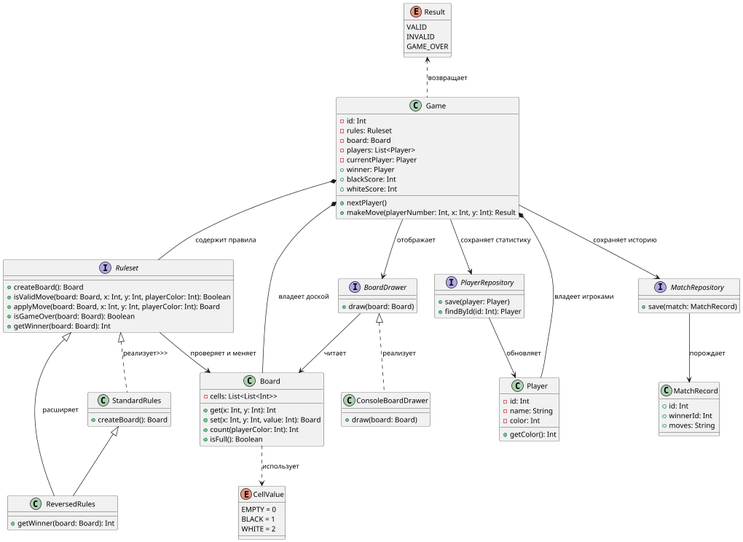
This is architecture/architecture.png from rmnsmnsk/Kotlin_2nd_sem_case, a PlantUML export, as it was before one commit.
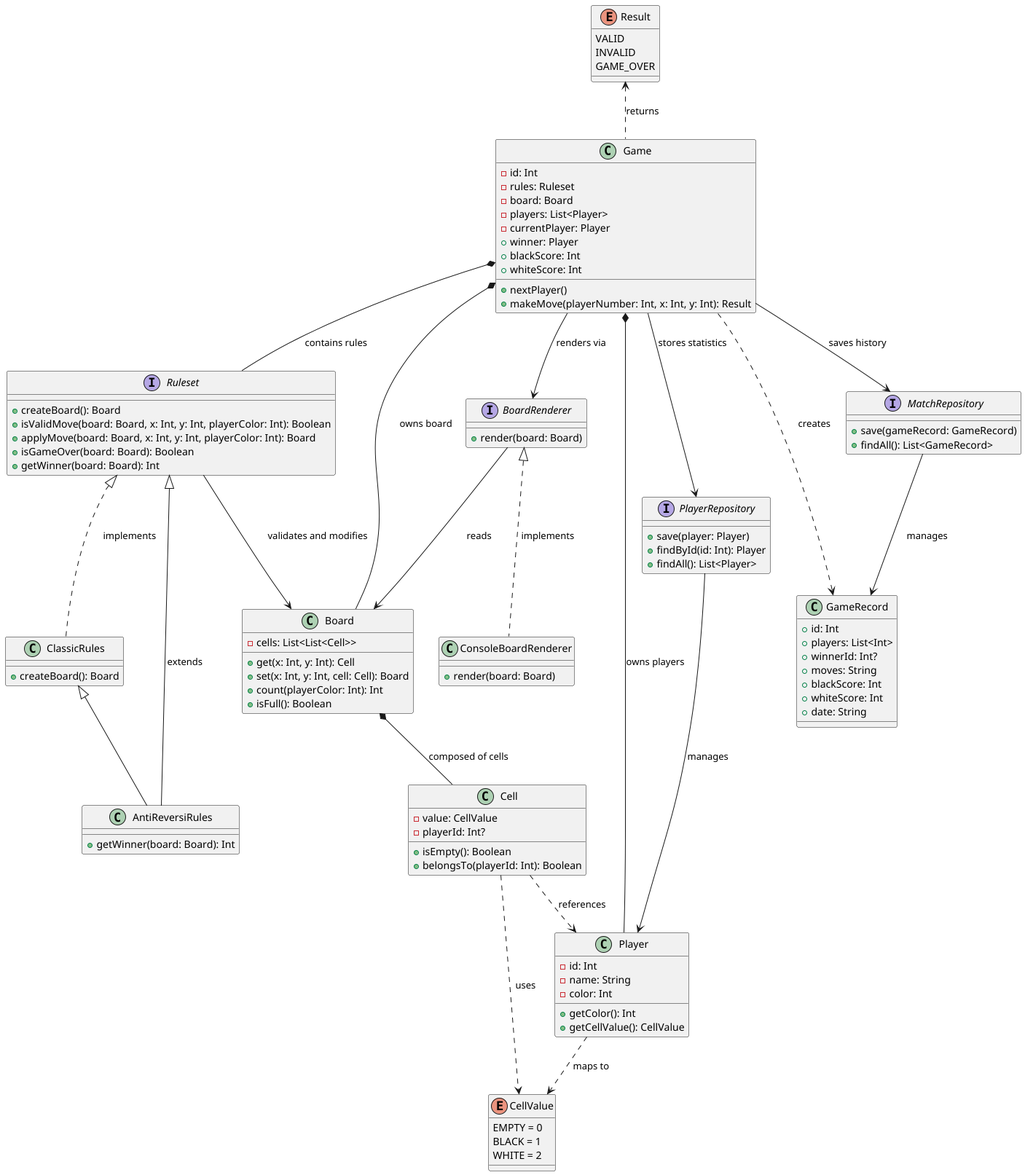
The same file after the commit.

The edit, as a diff of the source:
```diff
@@ -21,20 +21,27 @@
     + getWinner(board: Board): Int
 }
 
-class StandardRules {
+class ClassicRules {
     + createBoard(): Board
 }
 
-class ReversedRules extends StandardRules {
+class AntiReversiRules extends ClassicRules {
     + getWinner(board: Board): Int
 }
 
 class Board {
-    - cells: List<List<Int>>
-    + get(x: Int, y: Int): Int
-    + set(x: Int, y: Int, value: Int): Board
+    - cells: List<List<Cell>>
+    + get(x: Int, y: Int): Cell
+    + set(x: Int, y: Int, cell: Cell): Board
     + count(playerColor: Int): Int
     + isFull(): Boolean
+}
+
+class Cell {
+    - value: CellValue
+    - playerId: Int?
+    + isEmpty(): Boolean
+    + belongsTo(playerId: Int): Boolean
 }
 
 enum CellValue {
@@ -54,48 +61,61 @@
     - name: String
     - color: Int
     + getColor(): Int
+    + getCellValue(): CellValue
 }
 
-interface BoardDrawer {
-    + draw(board: Board)
+interface BoardRenderer {
+    + render(board: Board)
 }
 
-class ConsoleBoardDrawer {
-    + draw(board: Board)
+class ConsoleBoardRenderer {
+    + render(board: Board)
 }
 
 interface PlayerRepository {
     + save(player: Player)
     + findById(id: Int): Player
+    + findAll(): List<Player>
 }
 
 interface MatchRepository {
-    + save(match: MatchRecord)
+    + save(gameRecord: GameRecord)
+    + findAll(): List<GameRecord>
 }
 
-class MatchRecord {
+class GameRecord {
     + id: Int
-    + winnerId: Int
+    + players: List<Int>
+    + winnerId: Int?
     + moves: String
+    + blackScore: Int
+    + whiteScore: Int
+    + date: String
 }
 
-Ruleset <|.. StandardRules : реализует>>>
-Ruleset <|-- ReversedRules : расширяет
+Ruleset <|.. ClassicRules : implements
+Ruleset <|-- AntiReversiRules : extends
 
-Game *-- Ruleset : содержит правила
-Game *-- Board : владеет доской
-Game *-- Player : владеет игроками
+Game *-- Ruleset : contains rules
+Game *-- Board : owns board
+Game *-- Player : owns players
 
-Ruleset --> Board : проверяет и меняет
-Board ..> CellValue : использует
-Result <.. Game : возвращает
-Game --> BoardDrawer : отображает
-BoardDrawer <|.. ConsoleBoardDrawer : реализует
-BoardDrawer --> Board : читает
+Ruleset --> Board : validates and modifies
+Board *-- Cell : composed of cells
+Cell ..> CellValue : uses
+Cell ..> Player : references
+Player ..> CellValue : maps to
 
-Game --> PlayerRepository : сохраняет статистику
-Game --> MatchRepository : сохраняет историю
-MatchRepository --> MatchRecord : порождает
-PlayerRepository --> Player : обновляет
+Result <.. Game : returns
+Game --> BoardRenderer : renders via
+BoardRenderer <|.. ConsoleBoardRenderer : implements
+BoardRenderer --> Board : reads
+
+Game --> PlayerRepository : stores statistics
+Game --> MatchRepository : saves history
+Game ..> GameRecord : creates
+
+MatchRepository --> GameRecord : manages
+PlayerRepository --> Player : manages
 
 @enduml
```
